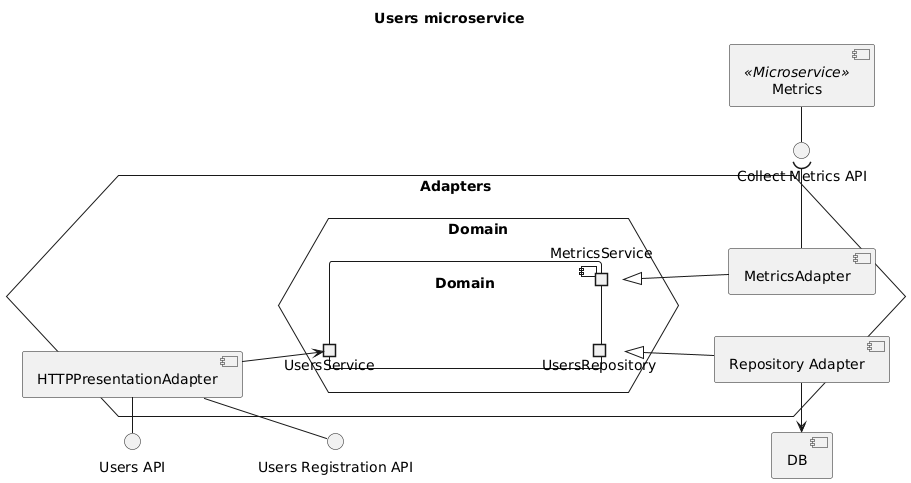
Ventus218/SAP-assignment-03 keeps this PlantUML diagram as doc/diagrams/users-components.png. Above is the earlier version. The source it was exported from:
```plantuml
@startuml users-components

title "Users microservice"

left to right direction

component "DB"
interface "Users API" as UsersAPI
interface "Users Registration API" as UsersRegistrationAPI
interface "Collect Metrics API" as CollectMetricsAPI

hexagon Adapters {
    hexagon Domain as DomainHex {
        component Domain {
            portout "UsersRepository" as Repo
            portout MetricsService
            portin UsersService
        }
    }

    component "Repository Adapter" as RepoAdapter
    RepoAdapter -u-|> Repo
    RepoAdapter -l-> DB

    component MetricsAdapter
    MetricsAdapter -u-|> MetricsService
    MetricsAdapter -r-( CollectMetricsAPI

    component "HTTPPresentationAdapter" as HTTPAdapter
    HTTPAdapter -d-> UsersService
    HTTPAdapter -() UsersAPI
    HTTPAdapter -() UsersRegistrationAPI
    UsersAPI -[hidden]-> UsersRegistrationAPI
}

component "Metrics" as Metrics <<Microservice>>
Metrics -r-() CollectMetricsAPI

@enduml
```
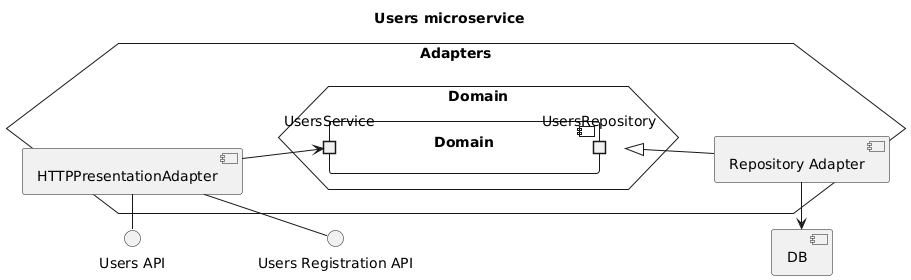
After the commit.

What changed in the source:
```diff
@@ -7,13 +7,11 @@
 component "DB"
 interface "Users API" as UsersAPI
 interface "Users Registration API" as UsersRegistrationAPI
-interface "Collect Metrics API" as CollectMetricsAPI
 
 hexagon Adapters {
     hexagon Domain as DomainHex {
         component Domain {
             portout "UsersRepository" as Repo
-            portout MetricsService
             portin UsersService
         }
     }
@@ -22,10 +20,6 @@
     RepoAdapter -u-|> Repo
     RepoAdapter -l-> DB
 
-    component MetricsAdapter
-    MetricsAdapter -u-|> MetricsService
-    MetricsAdapter -r-( CollectMetricsAPI
-
     component "HTTPPresentationAdapter" as HTTPAdapter
     HTTPAdapter -d-> UsersService
     HTTPAdapter -() UsersAPI
@@ -33,7 +27,4 @@
     UsersAPI -[hidden]-> UsersRegistrationAPI
 }
 
-component "Metrics" as Metrics <<Microservice>>
-Metrics -r-() CollectMetricsAPI
-
 @enduml
```
